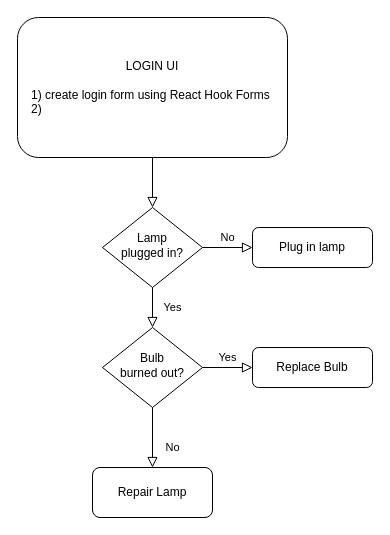
Before: my-ts-app/LOGIN-UI.drawio in RethabileMatela/React-Firebase-Auth-Step-By-Step, a draw.io diagram. Source tidied: cells renumbered, new cells numbered last; positions are measured from the earlier drawing's top-left corner, leaving out a move shared by most shapes. Both pictures are drawn from the tidied source at 100%, with x=0, y=0 at pixel (17, 17).
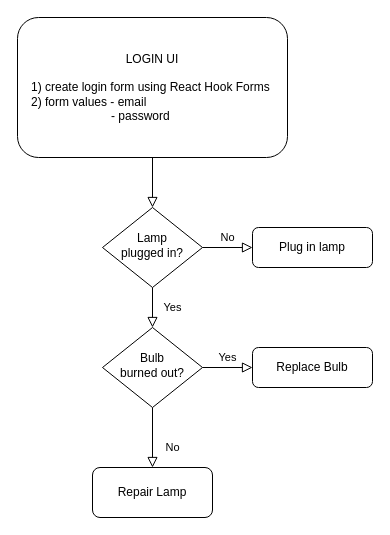
Above is the later version.

Diff of the diagram source:
```diff
@@
 <mxGraphModel>
   <root>
     <mxCell id="0" />
     <mxCell id="1" parent="0" />
     <mxCell id="2" style="rounded=0;html=1;jettySize=auto;fontSize=11;endArrow=block;endFill=0;endSize=8;strokeWidth=1;shadow=0;labelBackgroundColor=none;edgeStyle=orthogonalEdgeStyle;" parent="1" edge="1" source="3" target="6">
       <mxGeometry relative="1" as="geometry" />
     </mxCell>
-    <mxCell id="3" value="LOGIN UI&lt;br&gt;&lt;br&gt;&lt;div style=&quot;text-align: left;&quot;&gt;&lt;span style=&quot;background-color: initial;&quot;&gt;1) create login form using React Hook Forms&amp;nbsp;&lt;/span&gt;&lt;/div&gt;&lt;div style=&quot;text-align: left;&quot;&gt;&lt;span style=&quot;background-color: initial;&quot;&gt;2)&amp;nbsp;&lt;/span&gt;&lt;/div&gt;" style="rounded=1;whiteSpace=wrap;html=1;fontSize=12;glass=0;strokeWidth=1;shadow=0;align=center;" parent="1" vertex="1">
+    <mxCell id="3" value="LOGIN UI&lt;br&gt;&lt;br&gt;&lt;div style=&quot;text-align: left;&quot;&gt;&lt;span style=&quot;background-color: initial;&quot;&gt;1) create login form using React Hook Forms&amp;nbsp;&lt;/span&gt;&lt;/div&gt;&lt;div style=&quot;text-align: left;&quot;&gt;&lt;span style=&quot;background-color: initial;&quot;&gt;2) form values - email&lt;/span&gt;&lt;/div&gt;&lt;div style=&quot;text-align: left;&quot;&gt;&amp;nbsp; &amp;nbsp; &amp;nbsp; &amp;nbsp; &amp;nbsp; &amp;nbsp; &amp;nbsp; &amp;nbsp; &amp;nbsp; &amp;nbsp; &amp;nbsp; &amp;nbsp; - password&amp;nbsp;&lt;/div&gt;" style="rounded=1;whiteSpace=wrap;html=1;fontSize=12;glass=0;strokeWidth=1;shadow=0;align=center;" parent="1" vertex="1">
       <mxGeometry width="270" height="140" as="geometry" />
     </mxCell>
     <mxCell id="4" value="Yes" style="rounded=0;html=1;jettySize=auto;fontSize=11;endArrow=block;endFill=0;endSize=8;strokeWidth=1;shadow=0;labelBackgroundColor=none;edgeStyle=orthogonalEdgeStyle;" parent="1" edge="1" source="6" target="10">
       <mxGeometry y="20" relative="1" as="geometry" />
     </mxCell>
     <mxCell id="5" value="No" style="edgeStyle=orthogonalEdgeStyle;rounded=0;html=1;jettySize=auto;fontSize=11;endArrow=block;endFill=0;endSize=8;strokeWidth=1;shadow=0;labelBackgroundColor=none;" parent="1" edge="1" source="6" target="7">
       <mxGeometry y="10" relative="1" as="geometry" />
     </mxCell>
     <mxCell id="6" value="Lamp&lt;br&gt;plugged in?" style="rhombus;whiteSpace=wrap;html=1;shadow=0;fontFamily=Helvetica;fontSize=12;align=center;strokeWidth=1;spacing=6;spacingTop=-4;" parent="1" vertex="1">
       <mxGeometry x="85" y="190" width="100" height="80" as="geometry" />
     </mxCell>
     <mxCell id="7" value="Plug in lamp" style="rounded=1;whiteSpace=wrap;html=1;fontSize=12;glass=0;strokeWidth=1;shadow=0;" parent="1" vertex="1">
       <mxGeometry x="235" y="210" width="120" height="40" as="geometry" />
     </mxCell>
     <mxCell id="8" value="No" style="rounded=0;html=1;jettySize=auto;fontSize=11;endArrow=block;endFill=0;endSize=8;strokeWidth=1;shadow=0;labelBackgroundColor=none;edgeStyle=orthogonalEdgeStyle;" parent="1" edge="1" source="10" target="11">
       <mxGeometry x="0.33" y="20" relative="1" as="geometry" />
     </mxCell>
     <mxCell id="9" value="Yes" style="edgeStyle=orthogonalEdgeStyle;rounded=0;html=1;jettySize=auto;fontSize=11;endArrow=block;endFill=0;endSize=8;strokeWidth=1;shadow=0;labelBackgroundColor=none;" parent="1" edge="1" source="10" target="12">
       <mxGeometry y="10" relative="1" as="geometry" />
     </mxCell>
     <mxCell id="10" value="Bulb&lt;br&gt;burned out?" style="rhombus;whiteSpace=wrap;html=1;shadow=0;fontFamily=Helvetica;fontSize=12;align=center;strokeWidth=1;spacing=6;spacingTop=-4;" parent="1" vertex="1">
       <mxGeometry x="85" y="310" width="100" height="80" as="geometry" />
     </mxCell>
     <mxCell id="11" value="Repair Lamp" style="rounded=1;whiteSpace=wrap;html=1;fontSize=12;glass=0;strokeWidth=1;shadow=0;" parent="1" vertex="1">
       <mxGeometry x="75" y="450" width="120" height="50" as="geometry" />
     </mxCell>
     <mxCell id="12" value="Replace Bulb" style="rounded=1;whiteSpace=wrap;html=1;fontSize=12;glass=0;strokeWidth=1;shadow=0;" parent="1" vertex="1">
       <mxGeometry x="235" y="330" width="120" height="40" as="geometry" />
     </mxCell>
   </root>
 </mxGraphModel>
```
